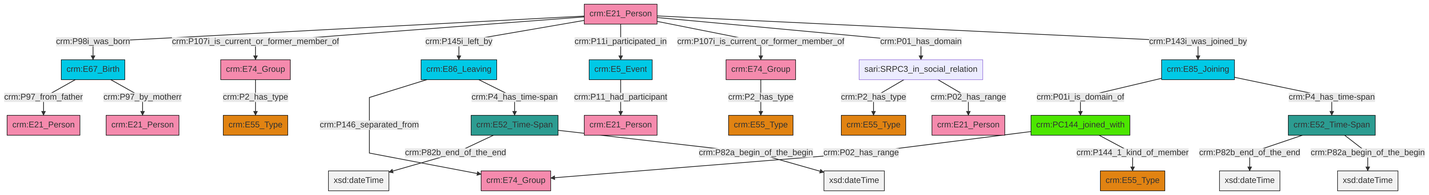
The Mermaid diagram et/personCSV/ttl/mmd/png/Person_Actor_Relations.png in swiss-art-research-net/docs.swissartresearch, before a commit. Its source is kept beside it as et/personCSV/ttl/mmd/Person_Actor_Relations.ttl.mmd.
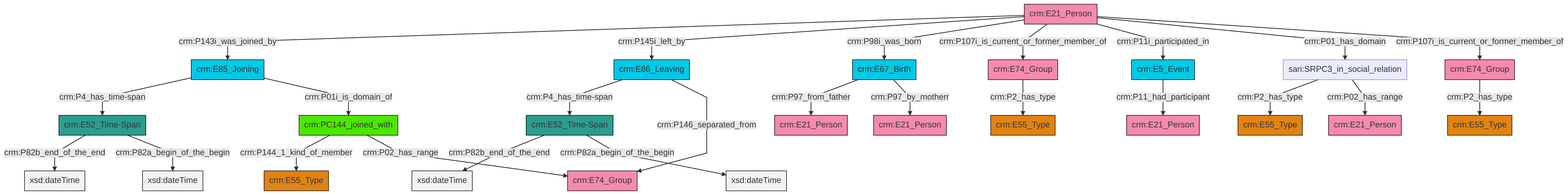
Later version of the same file.

Change to the diagram source:
```diff
@@ -13,27 +13,27 @@
 classDef PC_Classes fill:#4ce600, stroke:#000000;
 classDef Multi fill:#cccccc,stroke:#000000;
 
-0["crm:E21_Person"]:::Actor -->|crm:P98i_was_born| 1["crm:E67_Birth"]:::Temporal_Entity
-8["crm:E85_Joining"]:::Temporal_Entity -->|crm:P01i_is_domain_of| 9["crm:PC144_joined_with"]:::PC_Classes
-0["crm:E21_Person"]:::Actor -->|crm:P107i_is_current_or_former_member_of| 11["crm:E74_Group"]:::Actor
-0["crm:E21_Person"]:::Actor -->|crm:P145i_left_by| 12["crm:E86_Leaving"]:::Temporal_Entity
-0["crm:E21_Person"]:::Actor -->|crm:P11i_participated_in| 6["crm:E5_Event"]:::Temporal_Entity
-9["crm:PC144_joined_with"]:::PC_Classes -->|crm:P02_has_range| 21["crm:E74_Group"]:::Actor
-6["crm:E5_Event"]:::Temporal_Entity -->|crm:P11_had_participant| 22["crm:E21_Person"]:::Actor
-23["crm:E52_Time-Span"]:::Time-Span -->|crm:P82b_end_of_the_end| 24[xsd:dateTime]:::Literal
-16["crm:E52_Time-Span"]:::Time-Span -->|crm:P82b_end_of_the_end| 25[xsd:dateTime]:::Literal
-1["crm:E67_Birth"]:::Temporal_Entity -->|crm:P97_from_father| 27["crm:E21_Person"]:::Actor
-12["crm:E86_Leaving"]:::Temporal_Entity -->|crm:P146_separated_from| 21["crm:E74_Group"]:::Actor
-0["crm:E21_Person"]:::Actor -->|crm:P107i_is_current_or_former_member_of| 28["crm:E74_Group"]:::Actor
-14["sari:SRPC3_in_social_relation"]:::Default -->|crm:P2_has_type| 29["crm:E55_Type"]:::Type
-12["crm:E86_Leaving"]:::Temporal_Entity -->|crm:P4_has_time-span| 16["crm:E52_Time-Span"]:::Time-Span
-0["crm:E21_Person"]:::Actor -->|crm:P01_has_domain| 14["sari:SRPC3_in_social_relation"]:::Default
-16["crm:E52_Time-Span"]:::Time-Span -->|crm:P82a_begin_of_the_begin| 30[xsd:dateTime]:::Literal
-8["crm:E85_Joining"]:::Temporal_Entity -->|crm:P4_has_time-span| 23["crm:E52_Time-Span"]:::Time-Span
-1["crm:E67_Birth"]:::Temporal_Entity -->|crm:P97_by_motherr| 33["crm:E21_Person"]:::Actor
-9["crm:PC144_joined_with"]:::PC_Classes -->|crm:P144_1_kind_of_member| 19["crm:E55_Type"]:::Type
-23["crm:E52_Time-Span"]:::Time-Span -->|crm:P82a_begin_of_the_begin| 36[xsd:dateTime]:::Literal
-28["crm:E74_Group"]:::Actor -->|crm:P2_has_type| 2["crm:E55_Type"]:::Type
-14["sari:SRPC3_in_social_relation"]:::Default -->|crm:P02_has_range| 37["crm:E21_Person"]:::Actor
-11["crm:E74_Group"]:::Actor -->|crm:P2_has_type| 4["crm:E55_Type"]:::Type
-0["crm:E21_Person"]:::Actor -->|crm:P143i_was_joined_by| 8["crm:E85_Joining"]:::Temporal_Entity
+4["crm:E86_Leaving"]:::Temporal_Entity -->|crm:P4_has_time-span| 5["crm:E52_Time-Span"]:::Time-Span
+6["crm:E67_Birth"]:::Temporal_Entity -->|crm:P97_from_father| 7["crm:E21_Person"]:::Actor
+2["crm:E21_Person"]:::Actor -->|crm:P143i_was_joined_by| 8["crm:E85_Joining"]:::Temporal_Entity
+11["crm:E52_Time-Span"]:::Time-Span -->|crm:P82b_end_of_the_end| 12[xsd:dateTime]:::Literal
+8["crm:E85_Joining"]:::Temporal_Entity -->|crm:P4_has_time-span| 11["crm:E52_Time-Span"]:::Time-Span
+11["crm:E52_Time-Span"]:::Time-Span -->|crm:P82a_begin_of_the_begin| 23[xsd:dateTime]:::Literal
+24["crm:E74_Group"]:::Actor -->|crm:P2_has_type| 21["crm:E55_Type"]:::Type
+5["crm:E52_Time-Span"]:::Time-Span -->|crm:P82b_end_of_the_end| 27[xsd:dateTime]:::Literal
+19["crm:E74_Group"]:::Actor -->|crm:P2_has_type| 0["crm:E55_Type"]:::Type
+2["crm:E21_Person"]:::Actor -->|crm:P145i_left_by| 4["crm:E86_Leaving"]:::Temporal_Entity
+2["crm:E21_Person"]:::Actor -->|crm:P98i_was_born| 6["crm:E67_Birth"]:::Temporal_Entity
+5["crm:E52_Time-Span"]:::Time-Span -->|crm:P82a_begin_of_the_begin| 32[xsd:dateTime]:::Literal
+30["crm:PC144_joined_with"]:::PC_Classes -->|crm:P144_1_kind_of_member| 34["crm:E55_Type"]:::Type
+2["crm:E21_Person"]:::Actor -->|crm:P107i_is_current_or_former_member_of| 24["crm:E74_Group"]:::Actor
+2["crm:E21_Person"]:::Actor -->|crm:P11i_participated_in| 13["crm:E5_Event"]:::Temporal_Entity
+30["crm:PC144_joined_with"]:::PC_Classes -->|crm:P02_has_range| 28["crm:E74_Group"]:::Actor
+35["sari:SRPC3_in_social_relation"]:::Default -->|crm:P2_has_type| 36["crm:E55_Type"]:::Type
+2["crm:E21_Person"]:::Actor -->|crm:P01_has_domain| 35["sari:SRPC3_in_social_relation"]:::Default
+2["crm:E21_Person"]:::Actor -->|crm:P107i_is_current_or_former_member_of| 19["crm:E74_Group"]:::Actor
+8["crm:E85_Joining"]:::Temporal_Entity -->|crm:P01i_is_domain_of| 30["crm:PC144_joined_with"]:::PC_Classes
+4["crm:E86_Leaving"]:::Temporal_Entity -->|crm:P146_separated_from| 28["crm:E74_Group"]:::Actor
+6["crm:E67_Birth"]:::Temporal_Entity -->|crm:P97_by_motherr| 9["crm:E21_Person"]:::Actor
+13["crm:E5_Event"]:::Temporal_Entity -->|crm:P11_had_participant| 16["crm:E21_Person"]:::Actor
+35["sari:SRPC3_in_social_relation"]:::Default -->|crm:P02_has_range| 25["crm:E21_Person"]:::Actor
```
